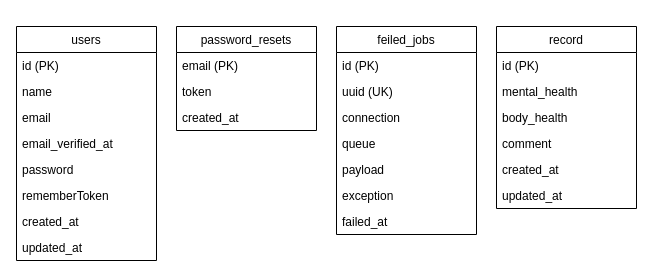
Before: document/entity-relationship-diagram/physical-model.drawio in KonoLevel1/mental-record, a draw.io diagram. Source tidied: cells renumbered, new cells numbered last; positions are measured from the earlier drawing's top-left corner, leaving out a move shared by most shapes. Both pictures are drawn from the tidied source at 100%, with x=0, y=0 at pixel (16, 26).
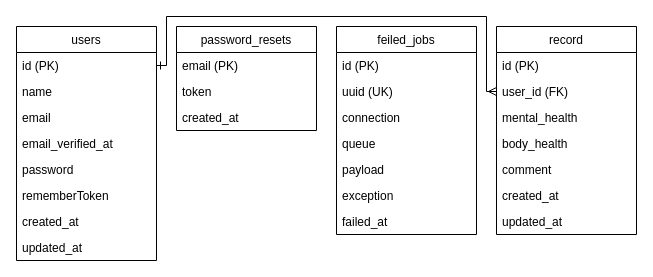
The same diagram, later.

Commit message:
ER図のレコードテーブルとユーザーテーブルにリレーションを追加

The change refers to these unchanged cells:
```xml
<mxCell id="3" value="id (PK)" style="text;strokeColor=none;fillColor=none;align=left;verticalAlign=top;spacingLeft=4;spacingRight=4;overflow=hidden;points=[[0,0.5],[1,0.5]];portConstraint=eastwest;" parent="2" vertex="1">
  <mxGeometry y="26" width="140" height="26" as="geometry" />
</mxCell>
```

What changed in the source:
```diff
@@
     <mxCell id="23" value="record" style="swimlane;fontStyle=0;horizontal=1;startSize=26;fillColor=none;" parent="1" vertex="1">
-      <mxGeometry x="480" width="140" height="182" as="geometry" />
+      <mxGeometry x="480" width="140" height="208" as="geometry" />
     </mxCell>
@@
+    <mxCell id="30" value="user_id (FK)" style="text;strokeColor=none;fillColor=none;align=left;verticalAlign=top;spacingLeft=4;spacingRight=4;overflow=hidden;points=[[0,0.5],[1,0.5]];portConstraint=eastwest;" parent="23" vertex="1">
+      <mxGeometry y="52" width="140" height="26" as="geometry" />
+    </mxCell>
     <mxCell id="25" value="mental_health" style="text;strokeColor=none;fillColor=none;align=left;verticalAlign=top;spacingLeft=4;spacingRight=4;overflow=hidden;" parent="23" vertex="1">
-      <mxGeometry y="52" width="140" height="26" as="geometry" />
+      <mxGeometry y="78" width="140" height="26" as="geometry" />
     </mxCell>
     <mxCell id="26" value="body_health" style="text;strokeColor=none;fillColor=none;align=left;verticalAlign=top;spacingLeft=4;spacingRight=4;overflow=hidden;" parent="23" vertex="1">
-      <mxGeometry y="78" width="140" height="26" as="geometry" />
+      <mxGeometry y="104" width="140" height="26" as="geometry" />
     </mxCell>
     <mxCell id="27" value="comment" style="text;strokeColor=none;fillColor=none;align=left;verticalAlign=top;spacingLeft=4;spacingRight=4;overflow=hidden;" parent="23" vertex="1">
-      <mxGeometry y="104" width="140" height="26" as="geometry" />
+      <mxGeometry y="130" width="140" height="26" as="geometry" />
     </mxCell>
     <mxCell id="28" value="created_at" style="text;strokeColor=none;fillColor=none;align=left;verticalAlign=top;spacingLeft=4;spacingRight=4;overflow=hidden;" parent="23" vertex="1">
-      <mxGeometry y="130" width="140" height="26" as="geometry" />
+      <mxGeometry y="156" width="140" height="26" as="geometry" />
     </mxCell>
     <mxCell id="29" value="updated_at" style="text;strokeColor=none;fillColor=none;align=left;verticalAlign=top;spacingLeft=4;spacingRight=4;overflow=hidden;" parent="23" vertex="1">
-      <mxGeometry y="156" width="140" height="26" as="geometry" />
+      <mxGeometry y="182" width="140" height="26" as="geometry" />
     </mxCell>
+    <mxCell id="31" style="edgeStyle=orthogonalEdgeStyle;rounded=0;jettySize=auto;html=1;exitX=1;exitY=0.5;exitDx=0;exitDy=0;startArrow=ERone;startFill=0;endArrow=ERmany;endFill=0;" parent="1" edge="1" source="3" target="30">
+      <mxGeometry relative="1" as="geometry">
+        <Array as="points">
+          <mxPoint x="150" y="39" />
+          <mxPoint x="150" y="-10" />
+          <mxPoint x="470" y="-10" />
+          <mxPoint x="470" y="65" />
+        </Array>
+      </mxGeometry>
+    </mxCell>
```
